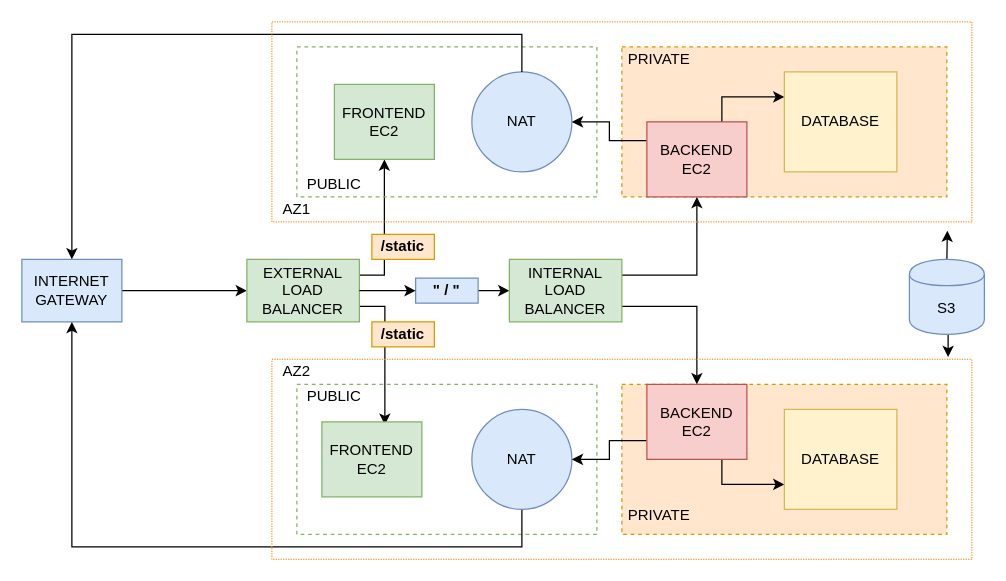
This is SymtrainArchitecture2.drawio from kajol-tiwari/SymtrainArchitecture, a draw.io file, before an edit. Source tidied: cells renumbered, new cells numbered last; positions are measured from the earlier drawing's top-left corner, leaving out a move shared by most shapes. Both pictures are drawn from the tidied source at 125%, with x=0, y=0 at pixel (21, 21).
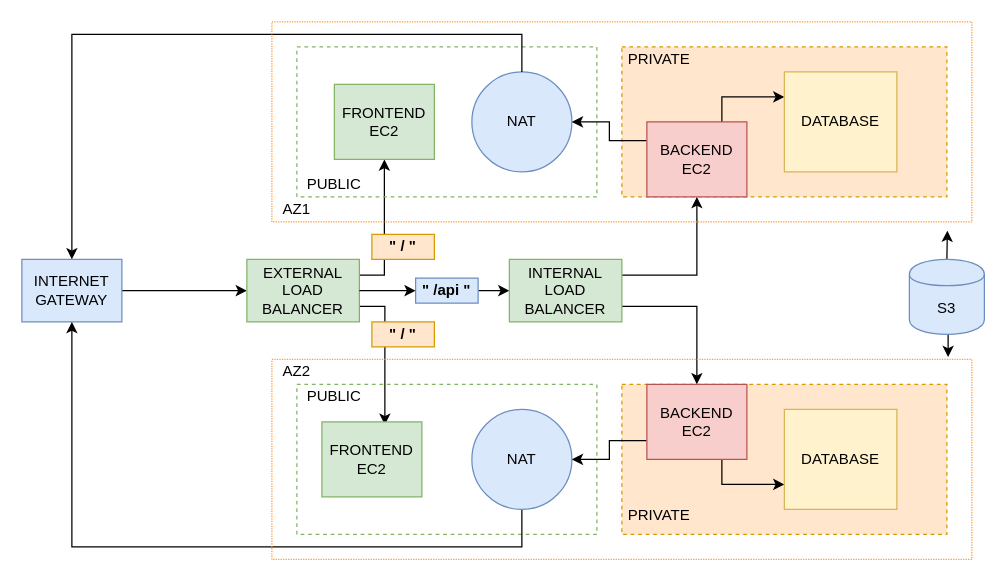
Above is the later version.

The edit, as a diff of the source:
```diff
@@
-    <mxCell id="38" value="&lt;b&gt;/static&lt;/b&gt;" style="rounded=0;whiteSpace=wrap;html=1;fillColor=#ffe6cc;strokeColor=#d79b00;" parent="1" vertex="1">
+    <mxCell id="38" value="&lt;b&gt;&quot; / &quot;&lt;/b&gt;" style="rounded=0;whiteSpace=wrap;html=1;fillColor=#ffe6cc;strokeColor=#d79b00;" parent="1" vertex="1">
       <mxGeometry x="280" y="170" width="50" height="20" as="geometry" />
     </mxCell>
-    <mxCell id="39" value="&lt;b&gt;/static&lt;/b&gt;" style="rounded=0;whiteSpace=wrap;html=1;fillColor=#ffe6cc;strokeColor=#d79b00;" parent="1" vertex="1">
+    <mxCell id="39" value="&lt;b&gt;&quot; / &quot;&lt;/b&gt;" style="rounded=0;whiteSpace=wrap;html=1;fillColor=#ffe6cc;strokeColor=#d79b00;" parent="1" vertex="1">
       <mxGeometry x="280" y="240" width="50" height="20" as="geometry" />
     </mxCell>
-    <mxCell id="40" value="&lt;b&gt;&quot; / &quot;&lt;/b&gt;" style="rounded=0;whiteSpace=wrap;html=1;fillColor=#dae8fc;strokeColor=#6c8ebf;" parent="1" vertex="1">
+    <mxCell id="40" value="&lt;b&gt;&quot; /api &quot;&lt;/b&gt;" style="rounded=0;whiteSpace=wrap;html=1;fillColor=#dae8fc;strokeColor=#6c8ebf;" parent="1" vertex="1">
       <mxGeometry x="315" y="205" width="50" height="20" as="geometry" />
     </mxCell>
```
